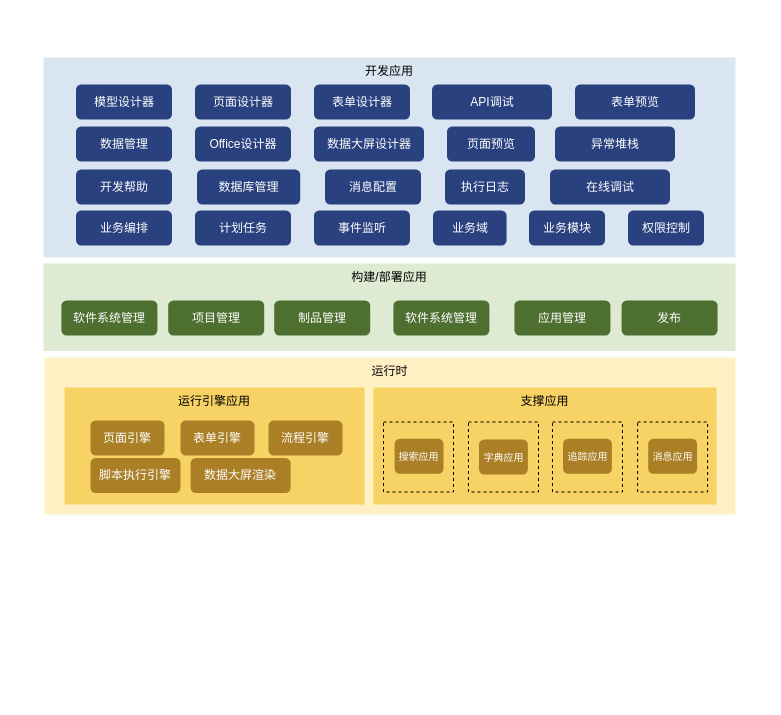
The draw.io diagram page "应用架构" (3 of 7) of 低代码架构.drawio in ProgrammerLZ/drawio, before the edit. Source tidied: cells renumbered, new cells numbered last; positions are measured from the earlier drawing's top-left corner, leaving out a move shared by most shapes. Both pictures are drawn from the tidied source at 100%, with x=0, y=0 at pixel (43, 57).
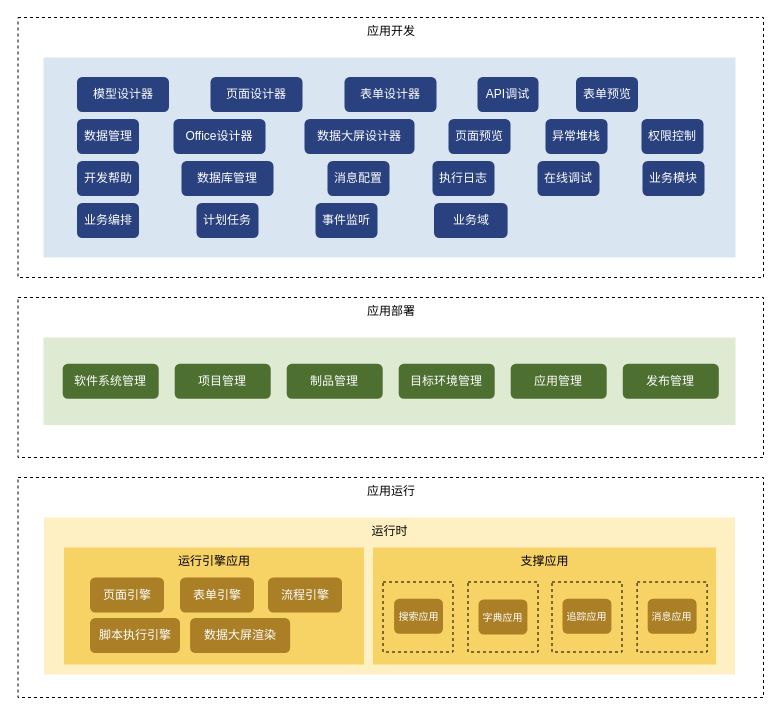
After the change.

What changed in the source:
```diff
@@
+    <mxCell id="47" value="应用运行" style="rounded=0;whiteSpace=wrap;html=1;fillColor=none;dashed=1;verticalAlign=top;" parent="1" vertex="1">
+      <mxGeometry x="-25.5" y="420" width="745.5" height="220" as="geometry" />
+    </mxCell>
+    <mxCell id="48" value="应用部署" style="rounded=0;whiteSpace=wrap;html=1;fillColor=none;dashed=1;verticalAlign=top;" parent="1" vertex="1">
+      <mxGeometry x="-25.5" y="240" width="745.5" height="160" as="geometry" />
+    </mxCell>
+    <mxCell id="49" value="应用开发" style="rounded=0;whiteSpace=wrap;html=1;fillColor=none;dashed=1;verticalAlign=top;" parent="1" vertex="1">
+      <mxGeometry x="-25.5" y="-40" width="745.5" height="260" as="geometry" />
+    </mxCell>
     <mxCell id="2" value="运行时" style="rounded=0;whiteSpace=wrap;html=1;verticalAlign=top;fillColor=#fff0c4;strokeColor=none;align=center;textShadow=0;dashed=1;strokeWidth=2;imageAspect=1;" parent="1" vertex="1">
-      <mxGeometry x="1" y="300" width="691" height="157" as="geometry" />
+      <mxGeometry x="0.5" y="460" width="691" height="157" as="geometry" />
     </mxCell>
     <mxCell id="3" value="支撑应用" style="rounded=0;whiteSpace=wrap;html=1;verticalAlign=top;fillColor=#F7D265;strokeColor=none;align=center;textShadow=0;dashed=1;strokeWidth=2;imageAspect=1;" parent="1" vertex="1">
-      <mxGeometry x="330" y="330" width="343" height="117" as="geometry" />
+      <mxGeometry x="329.5" y="490" width="343" height="117" as="geometry" />
     </mxCell>
     <mxCell id="4" style="rounded=0;whiteSpace=wrap;html=1;fillColor=none;dashed=1;" parent="1" vertex="1">
-      <mxGeometry x="340" y="364.5" width="70" height="70" as="geometry" />
+      <mxGeometry x="339.5" y="524.5" width="70" height="70" as="geometry" />
     </mxCell>
-    <mxCell id="5" value="开发应用" style="rounded=0;whiteSpace=wrap;html=1;verticalAlign=top;fillColor=#DAE5F2;strokeColor=none;align=center;textShadow=0;dashed=1;strokeWidth=2;fontColor=#000000;fillStyle=auto;" parent="1" vertex="1">
+    <mxCell id="5" style="rounded=0;whiteSpace=wrap;html=1;verticalAlign=top;fillColor=#DAE5F2;strokeColor=none;align=center;textShadow=0;dashed=1;strokeWidth=2;fontColor=#000000;fillStyle=auto;" parent="1" vertex="1">
       <mxGeometry width="692" height="200" as="geometry" />
     </mxCell>
     <mxCell id="6" value="模型设计器" style="rounded=1;whiteSpace=wrap;html=1;verticalAlign=middle;fillColor=#29417F;fontColor=#FFFFFF;strokeColor=none;" parent="1" vertex="1">
-      <mxGeometry x="32.5" y="27" width="96" height="35" as="geometry" />
+      <mxGeometry x="33.5" y="19.5" width="92" height="35" as="geometry" />
     </mxCell>
     <mxCell id="7" value="页面设计器" style="rounded=1;whiteSpace=wrap;html=1;verticalAlign=middle;fillColor=#29417F;fontColor=#FFFFFF;strokeColor=none;" parent="1" vertex="1">
-      <mxGeometry x="151.5" y="27" width="96" height="35" as="geometry" />
+      <mxGeometry x="167" y="19.5" width="92" height="35" as="geometry" />
     </mxCell>
     <mxCell id="8" value="表单设计器" style="rounded=1;whiteSpace=wrap;html=1;verticalAlign=middle;fillColor=#29417F;fontColor=#FFFFFF;strokeColor=none;" parent="1" vertex="1">
-      <mxGeometry x="270.5" y="27" width="96" height="35" as="geometry" />
+      <mxGeometry x="301" y="19.5" width="92" height="35" as="geometry" />
     </mxCell>
     <mxCell id="9" value="业务编排" style="rounded=1;whiteSpace=wrap;html=1;verticalAlign=middle;fillColor=#29417F;fontColor=#FFFFFF;strokeColor=none;" parent="1" vertex="1">
-      <mxGeometry x="32.5" y="153" width="96" height="35" as="geometry" />
+      <mxGeometry x="33.5" y="145.5" width="62" height="35" as="geometry" />
     </mxCell>
     <mxCell id="10" value="计划任务" style="rounded=1;whiteSpace=wrap;html=1;verticalAlign=middle;fillColor=#29417F;fontColor=#FFFFFF;strokeColor=none;" parent="1" vertex="1">
-      <mxGeometry x="151.5" y="153" width="96" height="35" as="geometry" />
+      <mxGeometry x="153" y="145.5" width="62" height="35" as="geometry" />
     </mxCell>
     <mxCell id="11" value="事件监听" style="rounded=1;whiteSpace=wrap;html=1;verticalAlign=middle;fillColor=#29417F;fontColor=#FFFFFF;strokeColor=none;" parent="1" vertex="1">
-      <mxGeometry x="270.5" y="153" width="96" height="35" as="geometry" />
+      <mxGeometry x="272" y="145.5" width="62" height="35" as="geometry" />
     </mxCell>
     <mxCell id="12" value="数据库管理" style="rounded=1;whiteSpace=wrap;html=1;verticalAlign=middle;fillColor=#29417F;fontColor=#FFFFFF;strokeColor=none;" parent="1" vertex="1">
-      <mxGeometry x="153.5" y="112" width="103.2" height="35" as="geometry" />
+      <mxGeometry x="138" y="103.5" width="92" height="35" as="geometry" />
     </mxCell>
     <mxCell id="13" value="数据管理" style="rounded=1;whiteSpace=wrap;html=1;verticalAlign=middle;fillColor=#29417F;fontColor=#FFFFFF;strokeColor=none;" parent="1" vertex="1">
-      <mxGeometry x="32.5" y="69" width="96" height="35" as="geometry" />
+      <mxGeometry x="33.5" y="61.5" width="62" height="35" as="geometry" />
     </mxCell>
     <mxCell id="14" value="Office设计器" style="rounded=1;whiteSpace=wrap;html=1;verticalAlign=middle;fillColor=#29417F;fontColor=#FFFFFF;strokeColor=none;" parent="1" vertex="1">
-      <mxGeometry x="151.5" y="69" width="96" height="35" as="geometry" />
+      <mxGeometry x="130" y="61.5" width="92" height="35" as="geometry" />
     </mxCell>
     <mxCell id="15" value="数据大屏设计器" style="rounded=1;whiteSpace=wrap;html=1;verticalAlign=middle;fillColor=#29417F;fontColor=#FFFFFF;strokeColor=none;" parent="1" vertex="1">
-      <mxGeometry x="270.5" y="69" width="110" height="35" as="geometry" />
+      <mxGeometry x="261" y="61.5" width="110" height="35" as="geometry" />
     </mxCell>
     <mxCell id="16" value="消息配置" style="rounded=1;whiteSpace=wrap;html=1;verticalAlign=middle;fillColor=#29417F;fontColor=#FFFFFF;strokeColor=none;" parent="1" vertex="1">
-      <mxGeometry x="281.5" y="112" width="96" height="35" as="geometry" />
+      <mxGeometry x="284" y="103.5" width="62" height="35" as="geometry" />
     </mxCell>
     <mxCell id="17" value="开发帮助" style="rounded=1;whiteSpace=wrap;html=1;verticalAlign=middle;fillColor=#29417F;fontColor=#FFFFFF;strokeColor=none;" parent="1" vertex="1">
-      <mxGeometry x="32.5" y="112" width="96" height="35" as="geometry" />
+      <mxGeometry x="33.5" y="103.5" width="62" height="35" as="geometry" />
     </mxCell>
     <mxCell id="18" value="业务域" style="rounded=1;whiteSpace=wrap;html=1;verticalAlign=middle;fillColor=#29417F;fontColor=#FFFFFF;strokeColor=none;" parent="1" vertex="1">
-      <mxGeometry x="389.5" y="153" width="73.6" height="35" as="geometry" />
+      <mxGeometry x="390.5" y="145.5" width="73.6" height="35" as="geometry" />
     </mxCell>
     <mxCell id="19" value="业务模块" style="rounded=1;whiteSpace=wrap;html=1;verticalAlign=middle;fillColor=#29417F;fontColor=#FFFFFF;strokeColor=none;" parent="1" vertex="1">
-      <mxGeometry x="485.5" y="153" width="76" height="35" as="geometry" />
+      <mxGeometry x="599" y="103.5" width="62" height="35" as="geometry" />
     </mxCell>
     <mxCell id="20" value="权限控制" style="rounded=1;whiteSpace=wrap;html=1;verticalAlign=middle;fillColor=#29417F;fontColor=#FFFFFF;strokeColor=none;" parent="1" vertex="1">
-      <mxGeometry x="584.5" y="153" width="76" height="35" as="geometry" />
+      <mxGeometry x="598" y="61.5" width="62" height="35" as="geometry" />
     </mxCell>
     <mxCell id="21" value="API调试" style="rounded=1;whiteSpace=wrap;html=1;verticalAlign=middle;fillColor=#29417F;fontColor=#FFFFFF;strokeColor=none;" parent="1" vertex="1">
-      <mxGeometry x="388.5" y="27" width="120" height="35" as="geometry" />
+      <mxGeometry x="434" y="19.5" width="61" height="35" as="geometry" />
     </mxCell>
     <mxCell id="22" value="表单预览" style="rounded=1;whiteSpace=wrap;html=1;verticalAlign=middle;fillColor=#29417F;fontColor=#FFFFFF;strokeColor=none;" parent="1" vertex="1">
-      <mxGeometry x="531.5" y="27" width="120" height="35" as="geometry" />
+      <mxGeometry x="532.5" y="19.5" width="62" height="35" as="geometry" />
     </mxCell>
     <mxCell id="23" value="页面预览" style="rounded=1;whiteSpace=wrap;html=1;verticalAlign=middle;fillColor=#29417F;fontColor=#FFFFFF;strokeColor=none;" parent="1" vertex="1">
-      <mxGeometry x="403.5" y="69" width="88" height="35" as="geometry" />
+      <mxGeometry x="405" y="61.5" width="62" height="35" as="geometry" />
     </mxCell>
     <mxCell id="24" value="异常堆栈" style="rounded=1;whiteSpace=wrap;html=1;verticalAlign=middle;fillColor=#29417F;fontColor=#FFFFFF;strokeColor=none;" parent="1" vertex="1">
-      <mxGeometry x="511.5" y="69" width="120" height="35" as="geometry" />
+      <mxGeometry x="502" y="61.5" width="62" height="35" as="geometry" />
     </mxCell>
     <mxCell id="25" value="执行日志" style="rounded=1;whiteSpace=wrap;html=1;verticalAlign=middle;fillColor=#29417F;fontColor=#FFFFFF;strokeColor=none;" parent="1" vertex="1">
-      <mxGeometry x="401.5" y="112" width="80" height="35" as="geometry" />
+      <mxGeometry x="389" y="103.5" width="62" height="35" as="geometry" />
     </mxCell>
     <mxCell id="26" value="在线调试" style="rounded=1;whiteSpace=wrap;html=1;verticalAlign=middle;fillColor=#29417F;fontColor=#FFFFFF;strokeColor=none;" parent="1" vertex="1">
-      <mxGeometry x="506.5" y="112" width="120" height="35" as="geometry" />
+      <mxGeometry x="494" y="103.5" width="62" height="35" as="geometry" />
     </mxCell>
-    <mxCell id="27" value="构建/部署应用" style="rounded=0;whiteSpace=wrap;html=1;verticalAlign=top;fillColor=#DEEBD2;strokeColor=none;align=center;textShadow=0;dashed=1;strokeWidth=2;fontColor=#000000;" parent="1" vertex="1">
-      <mxGeometry y="206" width="692" height="87.5" as="geometry" />
+    <mxCell id="27" style="rounded=0;whiteSpace=wrap;html=1;verticalAlign=top;fillColor=#DEEBD2;strokeColor=none;align=center;textShadow=0;dashed=1;strokeWidth=2;fontColor=#000000;" parent="1" vertex="1">
+      <mxGeometry y="280" width="692" height="87.5" as="geometry" />
     </mxCell>
     <mxCell id="28" value="运行引擎应用" style="rounded=0;whiteSpace=wrap;html=1;verticalAlign=top;fillColor=#F7D265;strokeColor=none;align=center;textShadow=0;dashed=1;strokeWidth=2;imageAspect=1;" parent="1" vertex="1">
-      <mxGeometry x="21" y="330" width="300" height="117" as="geometry" />
+      <mxGeometry x="20.5" y="490" width="300" height="117" as="geometry" />
     </mxCell>
     <mxCell id="29" value="制品管理" style="rounded=1;whiteSpace=wrap;html=1;verticalAlign=middle;fillColor=#4D6F30;fontColor=#FFFFFF;strokeColor=none;" parent="1" vertex="1">
-      <mxGeometry x="230.7" y="243" width="96" height="35" as="geometry" />
+      <mxGeometry x="243.2" y="306.2" width="96" height="35" as="geometry" />
     </mxCell>
     <mxCell id="30" value="应用管理" style="rounded=1;whiteSpace=wrap;html=1;verticalAlign=middle;fillColor=#4D6F30;fontColor=#FFFFFF;strokeColor=none;" parent="1" vertex="1">
-      <mxGeometry x="470.9" y="243" width="96" height="35" as="geometry" />
+      <mxGeometry x="467.2" y="306.2" width="96" height="35" as="geometry" />
     </mxCell>
-    <mxCell id="31" value="发布" style="rounded=1;whiteSpace=wrap;html=1;verticalAlign=middle;fillColor=#4D6F30;fontColor=#FFFFFF;strokeColor=none;" parent="1" vertex="1">
-      <mxGeometry x="578.1" y="243" width="96" height="35" as="geometry" />
+    <mxCell id="31" value="发布管理" style="rounded=1;whiteSpace=wrap;html=1;verticalAlign=middle;fillColor=#4D6F30;fontColor=#FFFFFF;strokeColor=none;" parent="1" vertex="1">
+      <mxGeometry x="579.3" y="306.2" width="96" height="35" as="geometry" />
     </mxCell>
     <mxCell id="32" value="页面引擎" style="rounded=1;whiteSpace=wrap;html=1;verticalAlign=middle;fillColor=#aa7f25;fontColor=#FFFFFF;strokeColor=none;" parent="1" vertex="1">
-      <mxGeometry x="47" y="363" width="74" height="35" as="geometry" />
+      <mxGeometry x="46.5" y="520" width="74" height="35" as="geometry" />
     </mxCell>
     <mxCell id="33" value="表单引擎" style="rounded=1;whiteSpace=wrap;html=1;verticalAlign=middle;fillColor=#AA7F25;fontColor=#FFFFFF;strokeColor=none;" parent="1" vertex="1">
-      <mxGeometry x="137" y="363" width="74" height="35" as="geometry" />
+      <mxGeometry x="136.5" y="520" width="74" height="35" as="geometry" />
     </mxCell>
     <mxCell id="34" value="流程引擎" style="rounded=1;whiteSpace=wrap;html=1;verticalAlign=middle;fillColor=#AA7F25;fontColor=#FFFFFF;strokeColor=none;" parent="1" vertex="1">
-      <mxGeometry x="225" y="363" width="74" height="35" as="geometry" />
+      <mxGeometry x="224.5" y="520" width="74" height="35" as="geometry" />
     </mxCell>
     <mxCell id="35" value="搜索应用" style="rounded=1;whiteSpace=wrap;html=1;verticalAlign=middle;fillColor=#AA7F25;fontColor=#FFFFFF;strokeColor=none;fontSize=10;" parent="1" vertex="1">
-      <mxGeometry x="351.1" y="381.2" width="48.9" height="35" as="geometry" />
+      <mxGeometry x="350.6" y="541.2" width="48.9" height="35" as="geometry" />
     </mxCell>
     <mxCell id="36" value="脚本执行引擎" style="rounded=1;whiteSpace=wrap;html=1;verticalAlign=middle;fillColor=#AA7F25;fontColor=#FFFFFF;strokeColor=none;" parent="1" vertex="1">
-      <mxGeometry x="47" y="400.5" width="90" height="35" as="geometry" />
+      <mxGeometry x="46.5" y="560.5" width="90" height="35" as="geometry" />
     </mxCell>
     <mxCell id="37" value="数据大屏渲染" style="rounded=1;whiteSpace=wrap;html=1;verticalAlign=middle;fillColor=#AA7F25;fontColor=#FFFFFF;strokeColor=none;" parent="1" vertex="1">
-      <mxGeometry x="147.1" y="400.5" width="100" height="35" as="geometry" />
+      <mxGeometry x="146.6" y="560.5" width="100" height="35" as="geometry" />
     </mxCell>
     <mxCell id="38" value="项目管理" style="rounded=1;whiteSpace=wrap;html=1;verticalAlign=middle;fillColor=#4D6F30;fontColor=#FFFFFF;strokeColor=none;" parent="1" vertex="1">
-      <mxGeometry x="124.7" y="243" width="96" height="35" as="geometry" />
+      <mxGeometry x="131.2" y="306.2" width="96" height="35" as="geometry" />
     </mxCell>
     <mxCell id="39" value="软件系统管理" style="rounded=1;whiteSpace=wrap;html=1;verticalAlign=middle;fillColor=#4D6F30;fontColor=#FFFFFF;strokeColor=none;" parent="1" vertex="1">
-      <mxGeometry x="17.9" y="243" width="96" height="35" as="geometry" />
+      <mxGeometry x="19.2" y="306.2" width="96" height="35" as="geometry" />
     </mxCell>
-    <mxCell id="40" value="软件系统管理" style="rounded=1;whiteSpace=wrap;html=1;verticalAlign=middle;fillColor=#4D6F30;fontColor=#FFFFFF;strokeColor=none;" parent="1" vertex="1">
-      <mxGeometry x="349.9" y="243" width="96" height="35" as="geometry" />
+    <mxCell id="40" value="目标环境管理" style="rounded=1;whiteSpace=wrap;html=1;verticalAlign=middle;fillColor=#4D6F30;fontColor=#FFFFFF;strokeColor=none;" parent="1" vertex="1">
+      <mxGeometry x="355.2" y="306.2" width="96" height="35" as="geometry" />
     </mxCell>
     <mxCell id="41" style="rounded=0;whiteSpace=wrap;html=1;fillColor=none;dashed=1;" parent="1" vertex="1">
-      <mxGeometry x="425" y="364.5" width="70" height="70" as="geometry" />
+      <mxGeometry x="424.5" y="524.5" width="70" height="70" as="geometry" />
     </mxCell>
     <mxCell id="42" value="字典应用" style="rounded=1;whiteSpace=wrap;html=1;verticalAlign=middle;fillColor=#AA7F25;fontColor=#FFFFFF;strokeColor=none;fontSize=10;" parent="1" vertex="1">
-      <mxGeometry x="435.5" y="382" width="48.9" height="35" as="geometry" />
+      <mxGeometry x="435" y="542" width="48.9" height="35" as="geometry" />
     </mxCell>
     <mxCell id="43" style="rounded=0;whiteSpace=wrap;html=1;fillColor=none;dashed=1;" parent="1" vertex="1">
-      <mxGeometry x="509" y="364.5" width="70" height="70" as="geometry" />
+      <mxGeometry x="508.5" y="524.5" width="70" height="70" as="geometry" />
     </mxCell>
     <mxCell id="44" value="追踪应用" style="rounded=1;whiteSpace=wrap;html=1;verticalAlign=middle;fillColor=#AA7F25;fontColor=#FFFFFF;strokeColor=none;fontSize=10;" parent="1" vertex="1">
-      <mxGeometry x="519.5" y="381.2" width="48.9" height="35" as="geometry" />
+      <mxGeometry x="519" y="541.2" width="48.9" height="35" as="geometry" />
     </mxCell>
     <mxCell id="45" style="rounded=0;whiteSpace=wrap;html=1;fillColor=none;dashed=1;" parent="1" vertex="1">
-      <mxGeometry x="594.1" y="364.5" width="70" height="70" as="geometry" />
+      <mxGeometry x="593.6" y="524.5" width="70" height="70" as="geometry" />
     </mxCell>
     <mxCell id="46" value="消息应用" style="rounded=1;whiteSpace=wrap;html=1;verticalAlign=middle;fillColor=#AA7F25;fontColor=#FFFFFF;strokeColor=none;fontSize=10;" parent="1" vertex="1">
-      <mxGeometry x="604.7" y="381.2" width="48.9" height="35" as="geometry" />
+      <mxGeometry x="604.2" y="541.2" width="48.9" height="35" as="geometry" />
     </mxCell>
```
